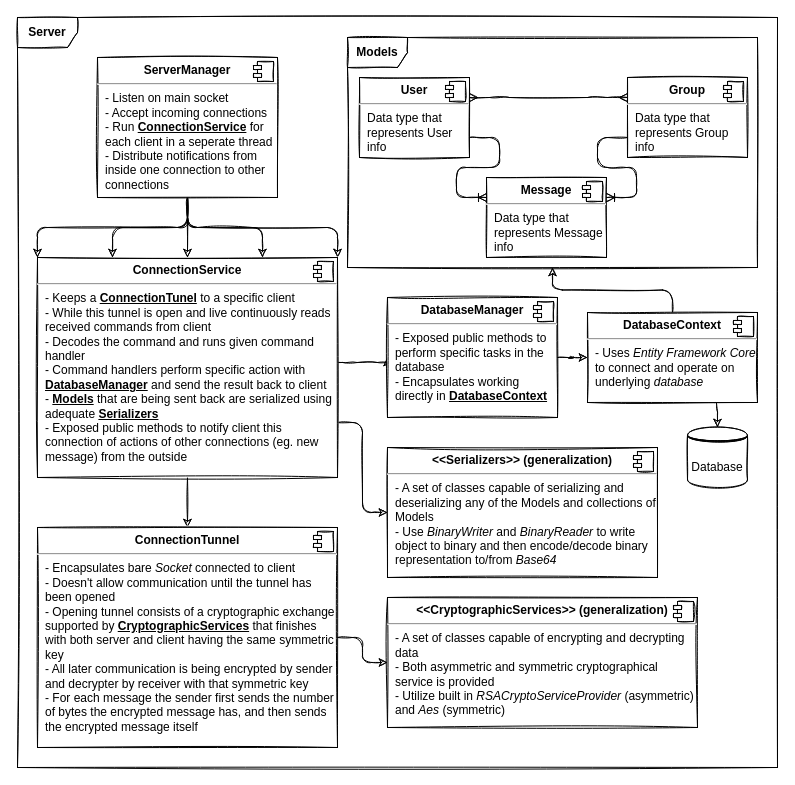
Before: Diagrams/server.drawio in mMosiur/Slacek, a draw.io diagram. Source tidied: cells renumbered, new cells numbered last; positions are measured from the earlier drawing's top-left corner, leaving out a move shared by most shapes. Both pictures are drawn from the tidied source at 100%, with x=0, y=0 at pixel (17, 17).
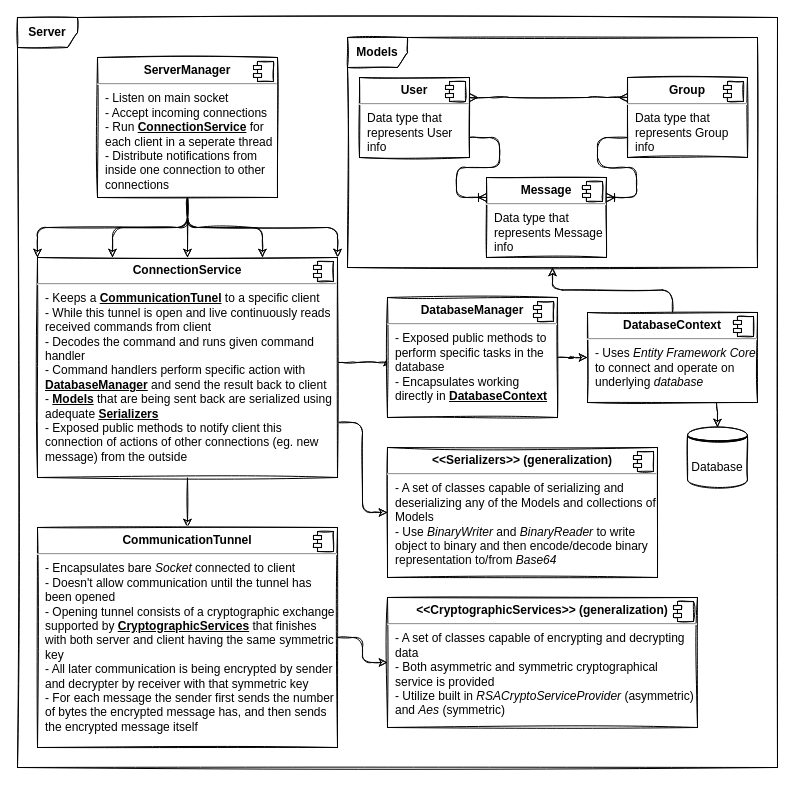
The same diagram, later.

Commit message (it also covers changes not shown here):
Correct a misspelling in diagrams

What changed in the source:
```diff
@@
-    <mxCell id="12" value="&lt;p style=&quot;margin: 0px ; margin-top: 6px ; text-align: center&quot;&gt;&lt;b&gt;ConnectionService&lt;/b&gt;&lt;/p&gt;&lt;hr&gt;&lt;p style=&quot;margin: 0px ; margin-left: 8px&quot;&gt;- Keeps a &lt;b&gt;&lt;u&gt;ConnectionTunel&lt;/u&gt;&lt;/b&gt; to a specific client&lt;/p&gt;&lt;p style=&quot;margin: 0px ; margin-left: 8px&quot;&gt;- While this tunnel is open and live continuously reads received commands from client&lt;/p&gt;&lt;p style=&quot;margin: 0px ; margin-left: 8px&quot;&gt;- Decodes the command and runs given command handler&lt;/p&gt;&lt;p style=&quot;margin: 0px ; margin-left: 8px&quot;&gt;- Command handlers perform specific action with &lt;b&gt;&lt;u&gt;DatabaseManager&lt;/u&gt;&lt;/b&gt; and send the result back to client&lt;/p&gt;&lt;p style=&quot;margin: 0px ; margin-left: 8px&quot;&gt;- &lt;b&gt;&lt;u&gt;Models&lt;/u&gt;&lt;/b&gt; that are being sent back are serialized using adequate &lt;b&gt;&lt;u&gt;Serializers&lt;/u&gt;&lt;/b&gt;&lt;/p&gt;&lt;p style=&quot;margin: 0px ; margin-left: 8px&quot;&gt;- Exposed public methods to notify client this connection of actions of other connections (eg. new message) from the outside&lt;/p&gt;&lt;p style=&quot;margin: 0px ; margin-left: 8px&quot;&gt;&lt;br&gt;&lt;/p&gt;" style="align=left;overflow=fill;html=1;shadow=0;glass=0;whiteSpace=wrap;sketch=1;" parent="1" vertex="1">
+    <mxCell id="12" value="&lt;p style=&quot;margin: 0px ; margin-top: 6px ; text-align: center&quot;&gt;&lt;b&gt;ConnectionService&lt;/b&gt;&lt;/p&gt;&lt;hr&gt;&lt;p style=&quot;margin: 0px ; margin-left: 8px&quot;&gt;- Keeps a &lt;b&gt;&lt;u&gt;CommunicationTunel&lt;/u&gt;&lt;/b&gt; to a specific client&lt;/p&gt;&lt;p style=&quot;margin: 0px ; margin-left: 8px&quot;&gt;- While this tunnel is open and live continuously reads received commands from client&lt;/p&gt;&lt;p style=&quot;margin: 0px ; margin-left: 8px&quot;&gt;- Decodes the command and runs given command handler&lt;/p&gt;&lt;p style=&quot;margin: 0px ; margin-left: 8px&quot;&gt;- Command handlers perform specific action with &lt;b&gt;&lt;u&gt;DatabaseManager&lt;/u&gt;&lt;/b&gt; and send the result back to client&lt;/p&gt;&lt;p style=&quot;margin: 0px ; margin-left: 8px&quot;&gt;- &lt;b&gt;&lt;u&gt;Models&lt;/u&gt;&lt;/b&gt; that are being sent back are serialized using adequate &lt;b&gt;&lt;u&gt;Serializers&lt;/u&gt;&lt;/b&gt;&lt;/p&gt;&lt;p style=&quot;margin: 0px ; margin-left: 8px&quot;&gt;- Exposed public methods to notify client this connection of actions of other connections (eg. new message) from the outside&lt;/p&gt;&lt;p style=&quot;margin: 0px ; margin-left: 8px&quot;&gt;&lt;br&gt;&lt;/p&gt;" style="align=left;overflow=fill;html=1;shadow=0;glass=0;whiteSpace=wrap;sketch=1;" parent="1" vertex="1">
       <mxGeometry x="20" y="240" width="300" height="220" as="geometry" />
     </mxCell>
@@
-    <mxCell id="35" value="&lt;p style=&quot;margin: 0px ; margin-top: 6px ; text-align: center&quot;&gt;&lt;b&gt;ConnectionTunnel&lt;/b&gt;&lt;/p&gt;&lt;hr&gt;&lt;p style=&quot;margin: 0px ; margin-left: 8px&quot;&gt;- Encapsulates bare &lt;i&gt;Socket&lt;/i&gt;&amp;nbsp;connected to client&lt;/p&gt;&lt;p style=&quot;margin: 0px ; margin-left: 8px&quot;&gt;- Doesn't allow communication until the tunnel has been opened&lt;/p&gt;&lt;p style=&quot;margin: 0px ; margin-left: 8px&quot;&gt;- Opening tunnel consists of a cryptographic exchange supported by &lt;b&gt;&lt;u&gt;CryptographicServices&lt;/u&gt;&lt;/b&gt; that finishes with both server and client having the same symmetric key&lt;/p&gt;&lt;p style=&quot;margin: 0px ; margin-left: 8px&quot;&gt;- All later communication is being encrypted by sender and decrypter by receiver with that symmetric key&lt;/p&gt;&lt;p style=&quot;margin: 0px ; margin-left: 8px&quot;&gt;- For each message the sender first sends the number of bytes the encrypted message has, and then sends the encrypted message itself&lt;/p&gt;" style="align=left;overflow=fill;html=1;shadow=0;glass=0;whiteSpace=wrap;sketch=1;" parent="1" vertex="1">
+    <mxCell id="35" value="&lt;p style=&quot;margin: 0px ; margin-top: 6px ; text-align: center&quot;&gt;&lt;b&gt;Communication&lt;/b&gt;&lt;b&gt;Tunnel&lt;/b&gt;&lt;/p&gt;&lt;hr&gt;&lt;p style=&quot;margin: 0px ; margin-left: 8px&quot;&gt;- Encapsulates bare &lt;i&gt;Socket&lt;/i&gt;&amp;nbsp;connected to client&lt;/p&gt;&lt;p style=&quot;margin: 0px ; margin-left: 8px&quot;&gt;- Doesn't allow communication until the tunnel has been opened&lt;/p&gt;&lt;p style=&quot;margin: 0px ; margin-left: 8px&quot;&gt;- Opening tunnel consists of a cryptographic exchange supported by &lt;b&gt;&lt;u&gt;CryptographicServices&lt;/u&gt;&lt;/b&gt; that finishes with both server and client having the same symmetric key&lt;/p&gt;&lt;p style=&quot;margin: 0px ; margin-left: 8px&quot;&gt;- All later communication is being encrypted by sender and decrypter by receiver with that symmetric key&lt;/p&gt;&lt;p style=&quot;margin: 0px ; margin-left: 8px&quot;&gt;- For each message the sender first sends the number of bytes the encrypted message has, and then sends the encrypted message itself&lt;/p&gt;" style="align=left;overflow=fill;html=1;shadow=0;glass=0;whiteSpace=wrap;sketch=1;" parent="1" vertex="1">
       <mxGeometry x="20" y="510" width="300" height="220" as="geometry" />
     </mxCell>
```
